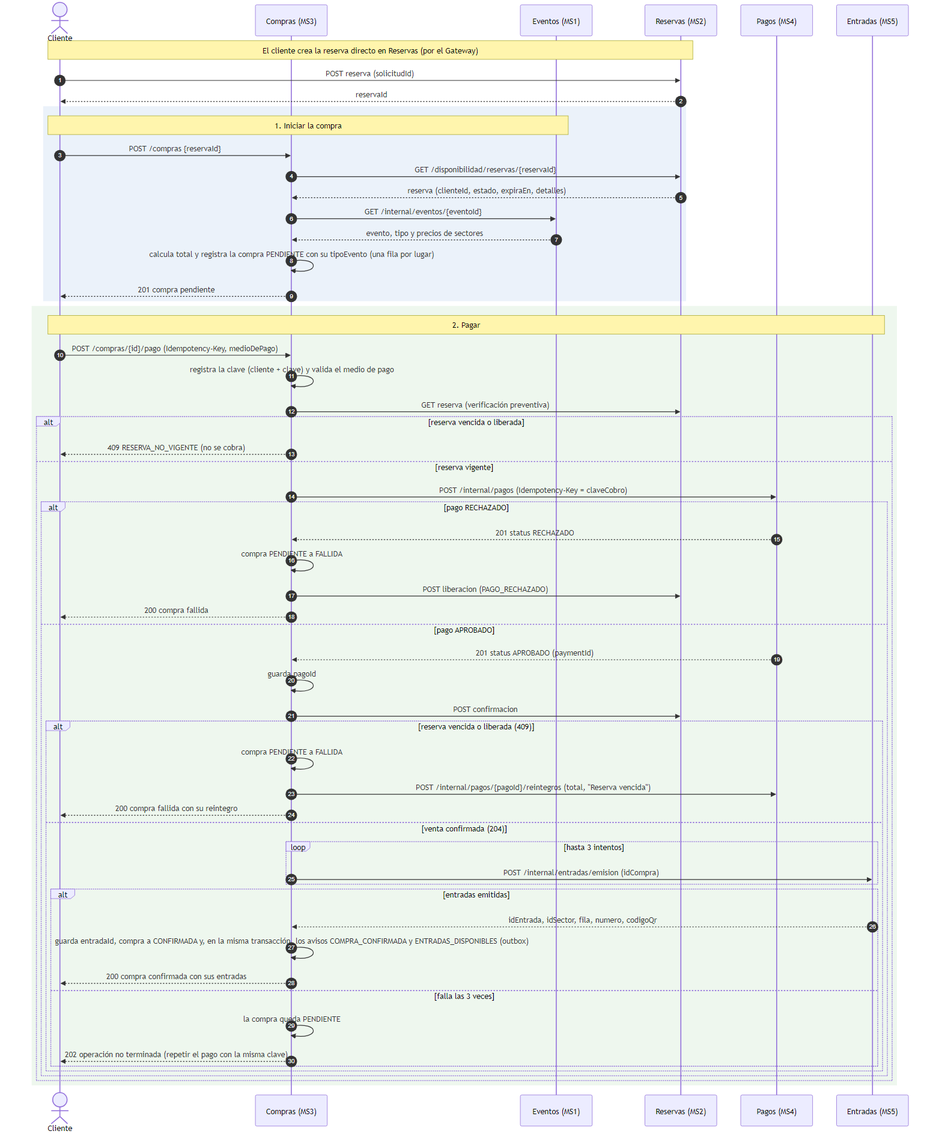
Above: docs/diagramas-ms3/secuencia-compra.png in mailenramos/Trabajo-Practico-Especial (Mermaid), before the change. Its source is kept beside it as docs/diagramas-ms3/secuencia-compra.mmd.
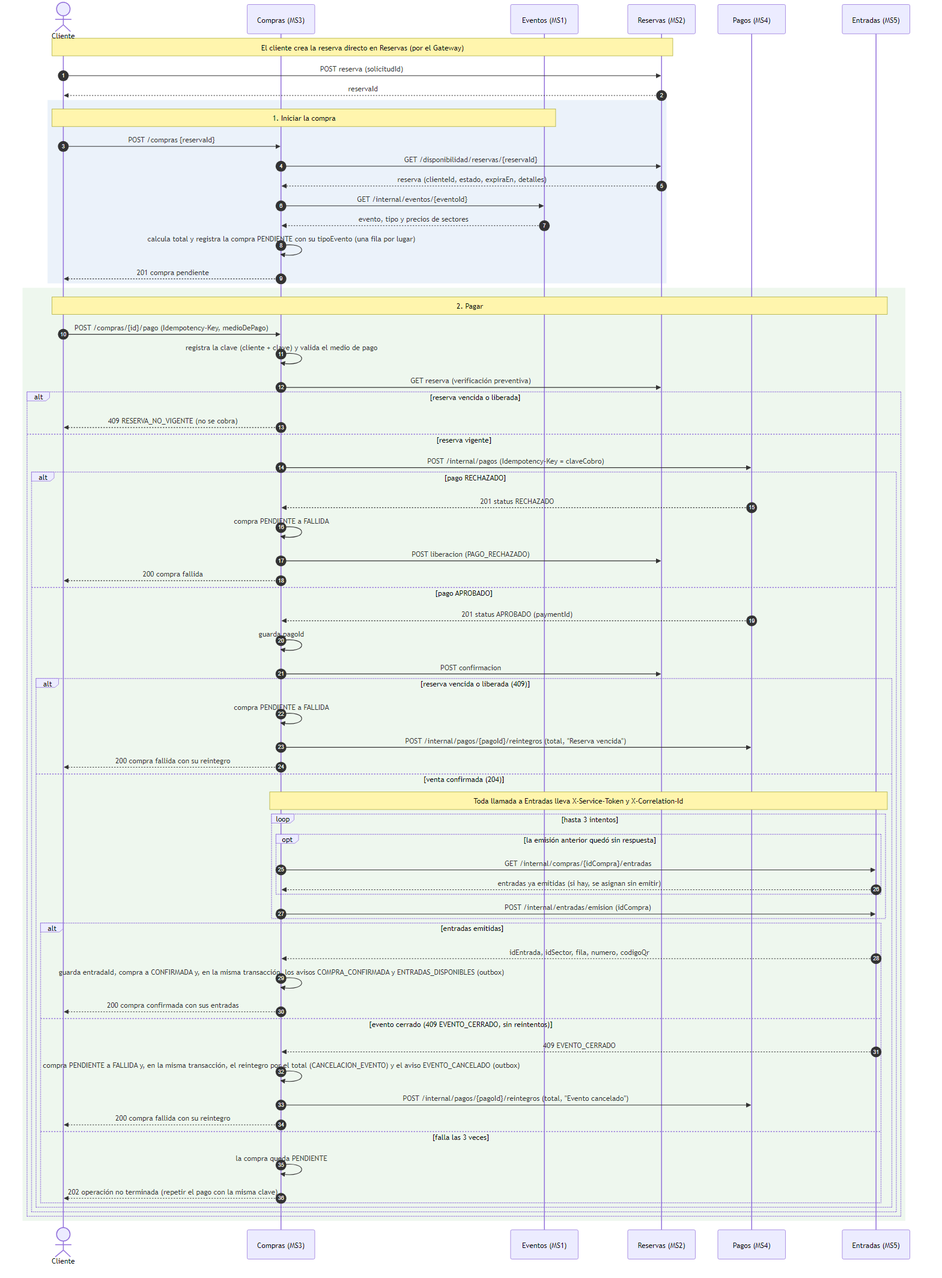
Later version of the same file.

Diff of the diagram source:
```diff
@@ -45,13 +45,23 @@
                 MS3->>MS4: POST /internal/pagos/{pagoId}/reintegros (total, "Reserva vencida")
                 MS3-->>C: 200 compra fallida con su reintegro
             else venta confirmada (204)
+                Note over MS3,MS5: Toda llamada a Entradas lleva X-Service-Token y X-Correlation-Id
                 loop hasta 3 intentos
+                    opt la emisión anterior quedó sin respuesta
+                        MS3->>MS5: GET /internal/compras/{idCompra}/entradas
+                        MS5-->>MS3: entradas ya emitidas (si hay, se asignan sin emitir)
+                    end
                     MS3->>MS5: POST /internal/entradas/emision (idCompra)
                 end
                 alt entradas emitidas
                     MS5-->>MS3: idEntrada, idSector, fila, numero, codigoQr
                     MS3->>MS3: guarda entradaId, compra a CONFIRMADA y, en la misma transacción, los avisos COMPRA_CONFIRMADA y ENTRADAS_DISPONIBLES (outbox)
                     MS3-->>C: 200 compra confirmada con sus entradas
+                else evento cerrado (409 EVENTO_CERRADO, sin reintentos)
+                    MS5-->>MS3: 409 EVENTO_CERRADO
+                    MS3->>MS3: compra PENDIENTE a FALLIDA y, en la misma transacción, el reintegro por el total (CANCELACION_EVENTO) y el aviso EVENTO_CANCELADO (outbox)
+                    MS3->>MS4: POST /internal/pagos/{pagoId}/reintegros (total, "Evento cancelado")
+                    MS3-->>C: 200 compra fallida con su reintegro
                 else falla las 3 veces
                     MS3->>MS3: la compra queda PENDIENTE
                     MS3-->>C: 202 operación no terminada (repetir el pago con la misma clave)
```
